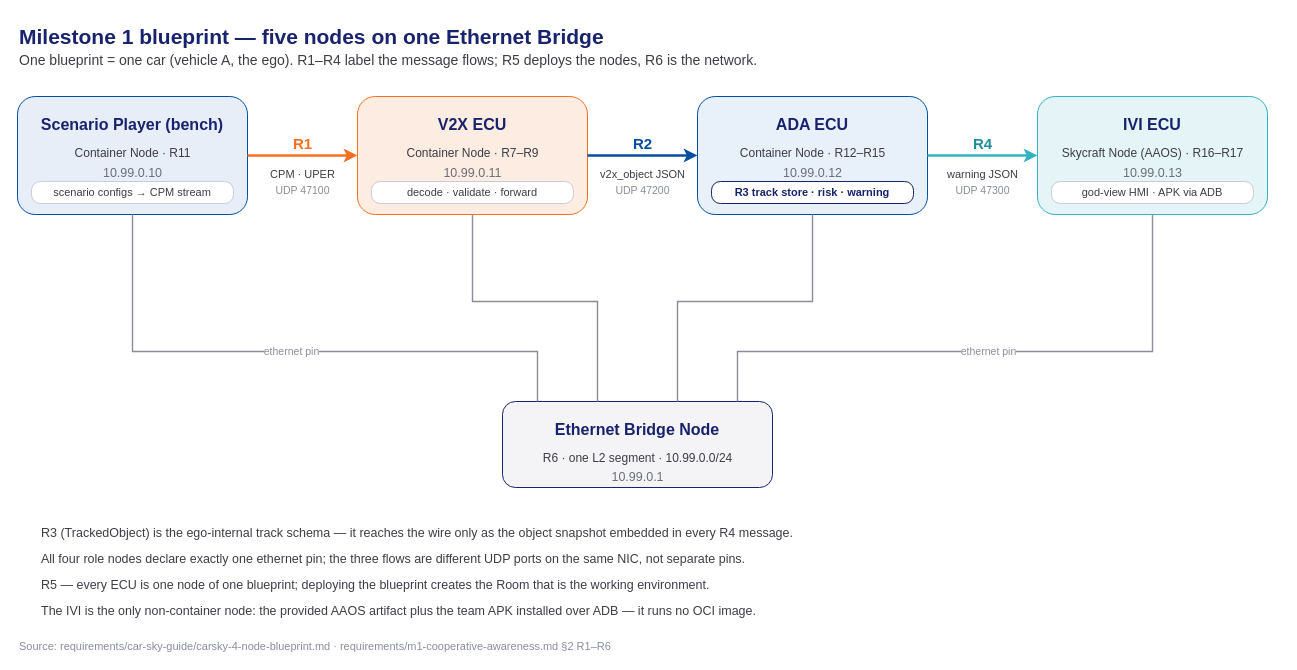
mnpham2101/FPT-Hackathon2026 keeps this draw.io diagram as presentation/assets/m1-blueprint-5-nodes.drawio. Above is the earlier version. Source tidied: cells renumbered, new cells numbered last; positions are measured from the earlier drawing's top-left corner, leaving out a move shared by most shapes. Both pictures are drawn from the tidied source at 100%, with x=0, y=0 at pixel (17, 17).
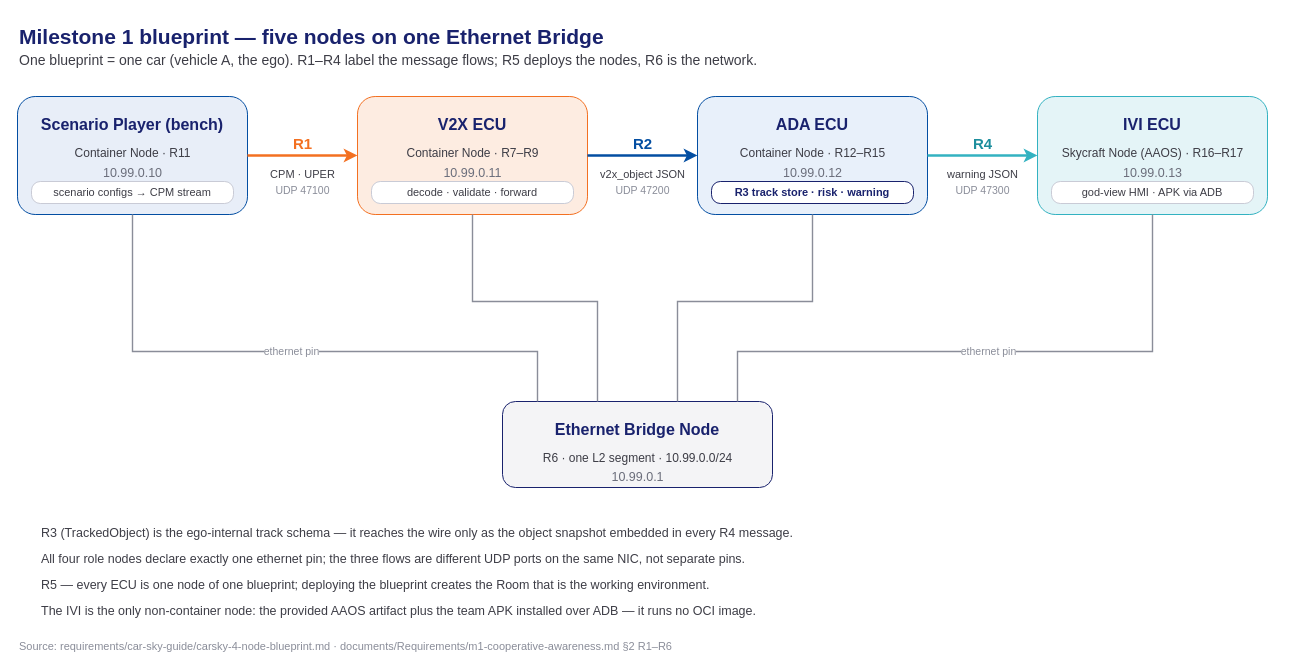
The same diagram, later.

The edit, as a diff of the source:
```diff
@@
-    <mxCell id="40" value="Source: requirements/car-sky-guide/carsky-4-node-blueprint.md · requirements/m1-cooperative-awareness.md §2 R1–R6" style="text;html=1;align=left;fontSize=11;fontColor=#8a8d99;" parent="1" vertex="1">
+    <mxCell id="40" value="Source: requirements/car-sky-guide/carsky-4-node-blueprint.md · documents/Requirements/m1-cooperative-awareness.md §2 R1–R6" style="text;html=1;align=left;fontSize=11;fontColor=#8a8d99;" parent="1" vertex="1">
       <mxGeometry y="616" width="1000" height="18" as="geometry" />
     </mxCell>
```
